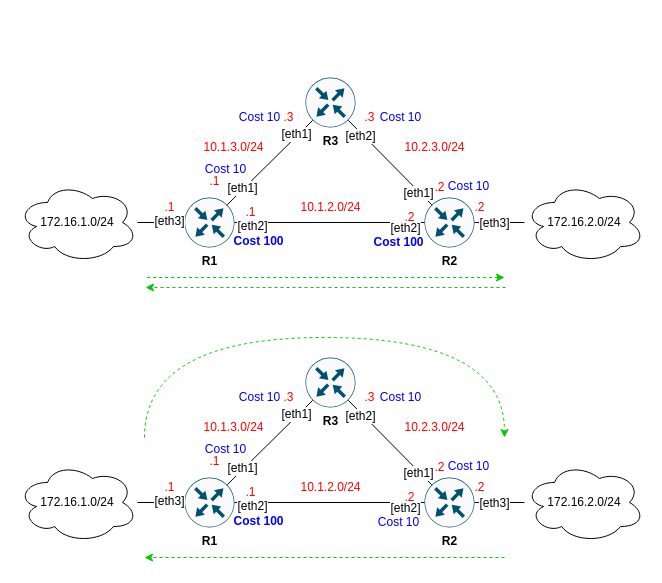
gs1571/otus-linux keeps this draw.io diagram as lab24/diagram.drawio. Above is the earlier version. Source tidied: cells renumbered, new cells numbered last; positions are measured from the earlier drawing's top-left corner, leaving out a move shared by most shapes. Both pictures are drawn from the tidied source at 100%, with x=0, y=0 at pixel (17, 77).
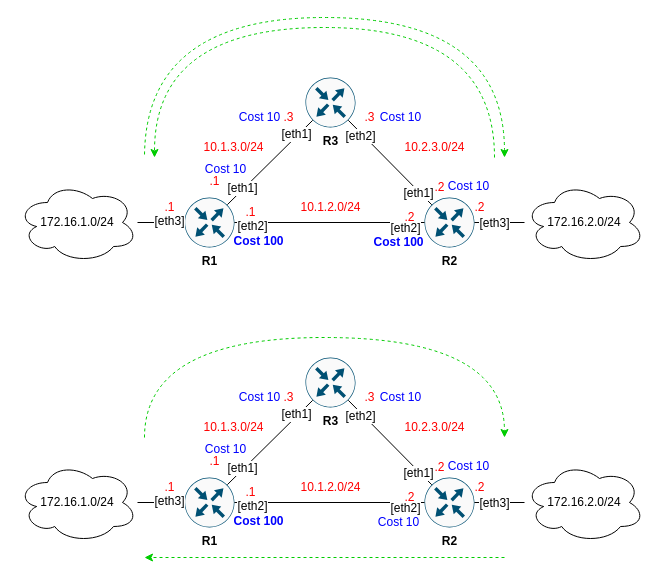
The same page after the edit.

Commit message (it also covers changes not shown here):
lab24: fix diagram

What changed in the source:
```diff
@@
-    <mxCell id="74" style="endArrow=classic;html=1;fontColor=#006600;strokeColor=#00CC00;dashed=1;" parent="1" edge="1">
+    <mxCell id="74" style="endArrow=classic;html=1;fontColor=#006600;strokeColor=#00CC00;dashed=1;edgeStyle=orthogonalEdgeStyle;curved=1;" parent="1" edge="1">
       <mxGeometry relative="1" as="geometry">
-        <mxPoint x="488" y="210" as="sourcePoint" />
-        <mxPoint x="128" y="210" as="targetPoint" />
+        <mxPoint x="477" y="80" as="sourcePoint" />
+        <mxPoint x="137" y="80" as="targetPoint" />
+        <Array as="points">
+          <mxPoint x="477" y="-50" />
+          <mxPoint x="137" y="-50" />
+        </Array>
       </mxGeometry>
     </mxCell>
-    <mxCell id="75" style="endArrow=none;html=1;fontColor=#006600;strokeColor=#00CC00;dashed=1;endFill=0;startArrow=classic;startFill=1;" parent="1" edge="1">
+    <mxCell id="75" style="endArrow=none;html=1;fontColor=#006600;strokeColor=#00CC00;dashed=1;endFill=0;startArrow=classic;startFill=1;edgeStyle=orthogonalEdgeStyle;curved=1;" parent="1" edge="1">
       <mxGeometry relative="1" as="geometry">
-        <mxPoint x="487" y="200" as="sourcePoint" />
-        <mxPoint x="127" y="200" as="targetPoint" />
+        <mxPoint x="487" y="80" as="sourcePoint" />
+        <mxPoint x="127" y="80" as="targetPoint" />
+        <Array as="points">
+          <mxPoint x="487" y="-60" />
+          <mxPoint x="127" y="-60" />
+        </Array>
       </mxGeometry>
     </mxCell>
```
